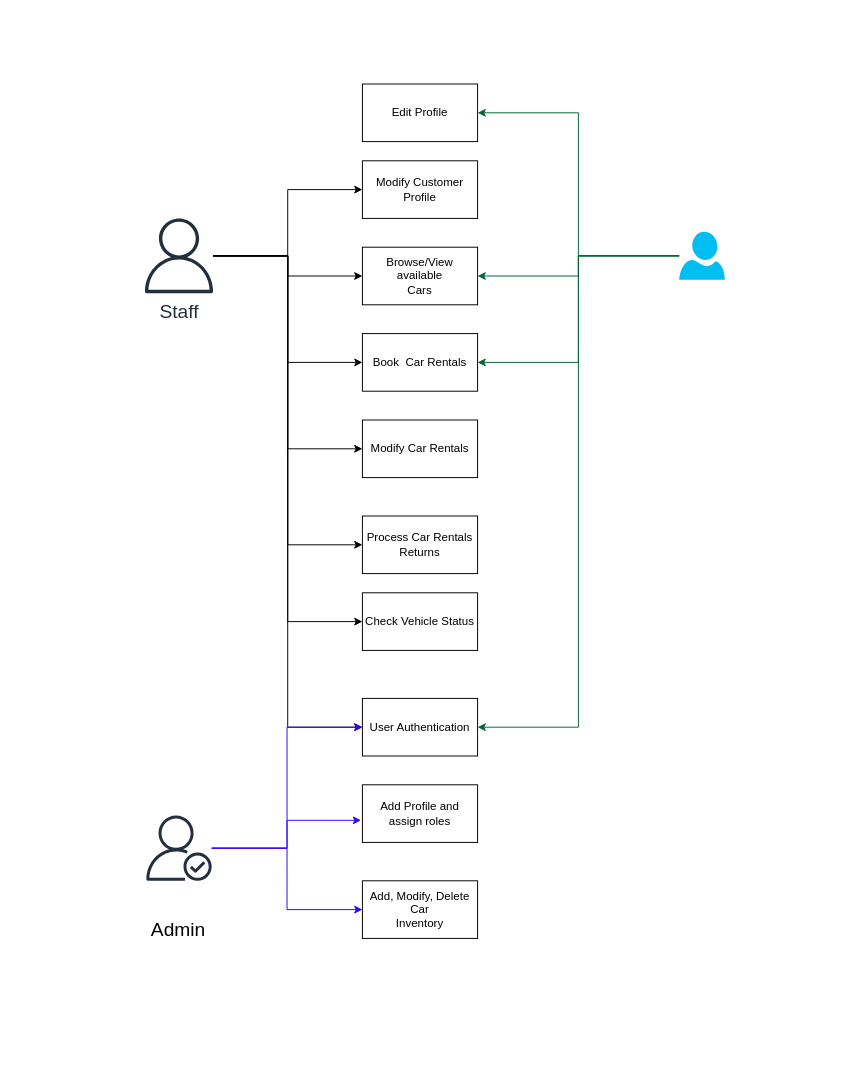
This is Resources/Requirements & Specifications/Untitled Diagram.drawio from rukky0123/COSC3506-001XE, a draw.io file, before an edit. Source tidied: cells renumbered, new cells numbered last; positions are measured from the earlier drawing's top-left corner, leaving out a move shared by most shapes. Both pictures are drawn from the tidied source at 96%, with x=0, y=0 at pixel (139, 84).
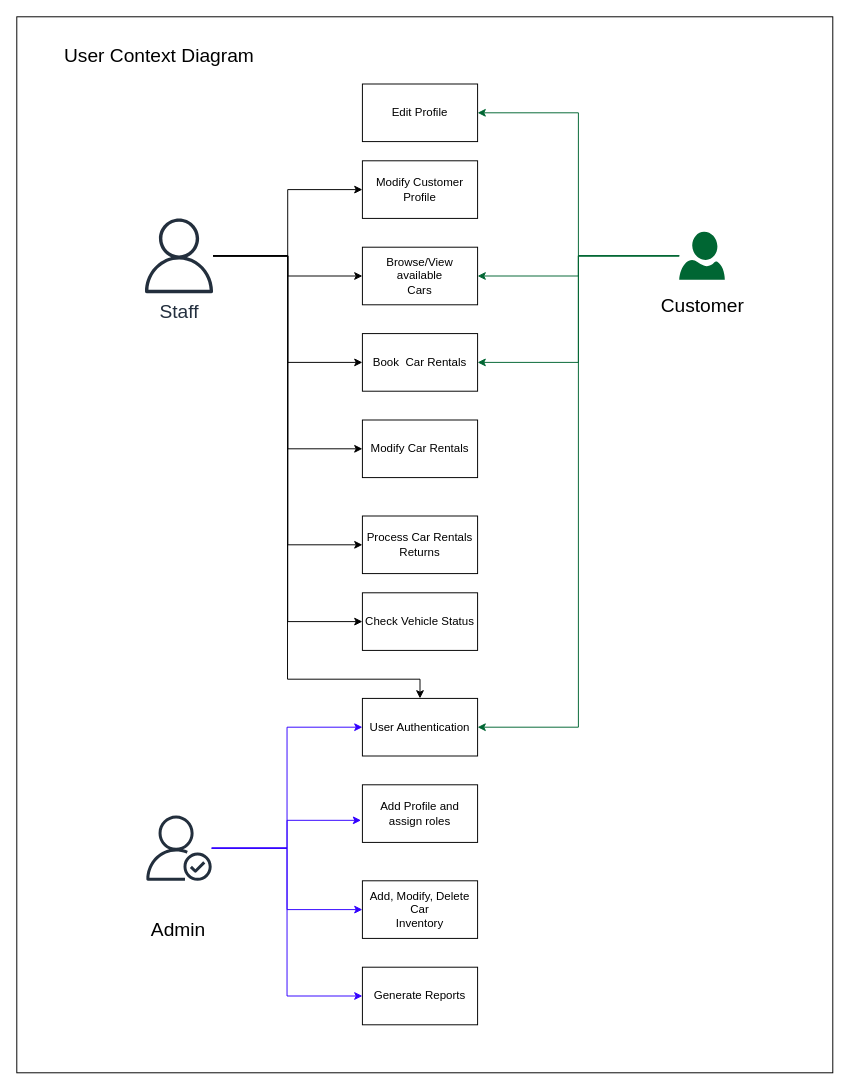
Above is the later version.

Unchanged cells that the change refers to:
```xml
<mxCell id="10" value="&lt;font style=&quot;font-size: 20px;&quot;&gt;Staff&lt;/font&gt;" style="sketch=0;outlineConnect=0;fontColor=#232F3E;gradientColor=none;fillColor=#232F3D;strokeColor=none;dashed=0;verticalLabelPosition=bottom;verticalAlign=top;align=center;html=1;fontSize=12;fontStyle=0;shape=mxgraph.aws4.user;" parent="1" vertex="1">
  <mxGeometry x="2" y="140" width="78" height="78" as="geometry" />
</mxCell>
<mxCell id="27" value="&lt;p align=&quot;center&quot; class=&quot;MsoNormal&quot;&gt;User Authentication&lt;/p&gt;" style="rounded=0;whiteSpace=wrap;html=1;" parent="1" vertex="1">
  <mxGeometry x="232" y="640" width="120" height="60" as="geometry" />
</mxCell>
```

Diff of the diagram source:
```diff
@@
+    <mxCell id="30" style="whiteSpace=wrap;html=1;fillColor=none;" parent="1" vertex="1">
+      <mxGeometry x="-128" y="-70" width="850" height="1100" as="geometry" />
+    </mxCell>
@@
-    <mxCell id="8" style="edgeStyle=orthogonalEdgeStyle;rounded=0;jettySize=auto;html=1;entryX=0;entryY=0.5;entryDx=0;entryDy=0;" parent="1" edge="1" source="10" target="27">
-      <mxGeometry relative="1" as="geometry" />
+    <mxCell id="8" style="edgeStyle=orthogonalEdgeStyle;rounded=0;jettySize=auto;html=1;entryX=0.5;entryY=0;entryDx=0;entryDy=0;" parent="1" edge="1" source="10" target="27">
+      <mxGeometry relative="1" as="geometry">
+        <Array as="points">
+          <mxPoint x="154" y="179" />
+          <mxPoint x="154" y="620" />
+          <mxPoint x="292" y="620" />
+        </Array>
+      </mxGeometry>
     </mxCell>
@@
-    <mxCell id="13" style="sketch=0;outlineConnect=0;fontColor=#232F3E;gradientColor=none;fillColor=#232F3D;strokeColor=none;dashed=0;verticalLabelPosition=bottom;verticalAlign=top;align=center;html=1;fontSize=12;fontStyle=0;shape=mxgraph.aws4.authenticated_user;" parent="1" vertex="1">
+    <mxCell id="13" style="sketch=0;outlineConnect=0;fontColor=#232F3E;gradientColor=none;fillColor=#3200FF;strokeColor=#3200FF;dashed=0;verticalLabelPosition=bottom;verticalAlign=top;align=center;html=1;fontSize=12;fontStyle=0;shape=mxgraph.aws4.authenticated_user;" parent="1" vertex="1">
       <mxGeometry x="7" y="762" width="68" height="68" as="geometry" />
     </mxCell>
@@
-    <mxCell id="18" style="verticalLabelPosition=bottom;html=1;verticalAlign=top;align=center;strokeColor=none;fillColor=#00BEF2;shape=mxgraph.azure.user;" parent="1" vertex="1">
+    <mxCell id="18" style="verticalLabelPosition=bottom;html=1;verticalAlign=top;align=center;strokeColor=none;fillColor=#006633;shape=mxgraph.azure.user;" parent="1" vertex="1">
       <mxGeometry x="562" y="154" width="47.5" height="50" as="geometry" />
     </mxCell>
@@
+    <mxCell id="31" value="&lt;font style=&quot;font-size: 20px;&quot;&gt;Customer&lt;/font&gt;" style="text;html=1;align=center;verticalAlign=middle;strokeColor=none;fillColor=none;" parent="1" vertex="1">
+      <mxGeometry x="530.8" y="210" width="110" height="40" as="geometry" />
+    </mxCell>
+    <mxCell id="32" value="&lt;font style=&quot;font-size: 20px;&quot;&gt;User Context Diagram&lt;/font&gt;" style="text;html=1;align=center;verticalAlign=middle;strokeColor=none;fillColor=none;" parent="1" vertex="1">
+      <mxGeometry x="-90" y="-50" width="220" height="40" as="geometry" />
+    </mxCell>
+    <mxCell id="33" value="&lt;p align=&quot;center&quot; class=&quot;MsoNormal&quot;&gt;Generate Reports&lt;/p&gt;" style="rounded=0;whiteSpace=wrap;html=1;" parent="1" vertex="1">
+      <mxGeometry x="232" y="920" width="120" height="60" as="geometry" />
+    </mxCell>
+    <mxCell id="34" style="edgeStyle=orthogonalEdgeStyle;rounded=0;jettySize=auto;html=1;entryX=0;entryY=0.5;entryDx=0;entryDy=0;strokeColor=#3200FF;" parent="1" edge="1" source="13" target="33">
+      <mxGeometry relative="1" as="geometry" />
+    </mxCell>
```
